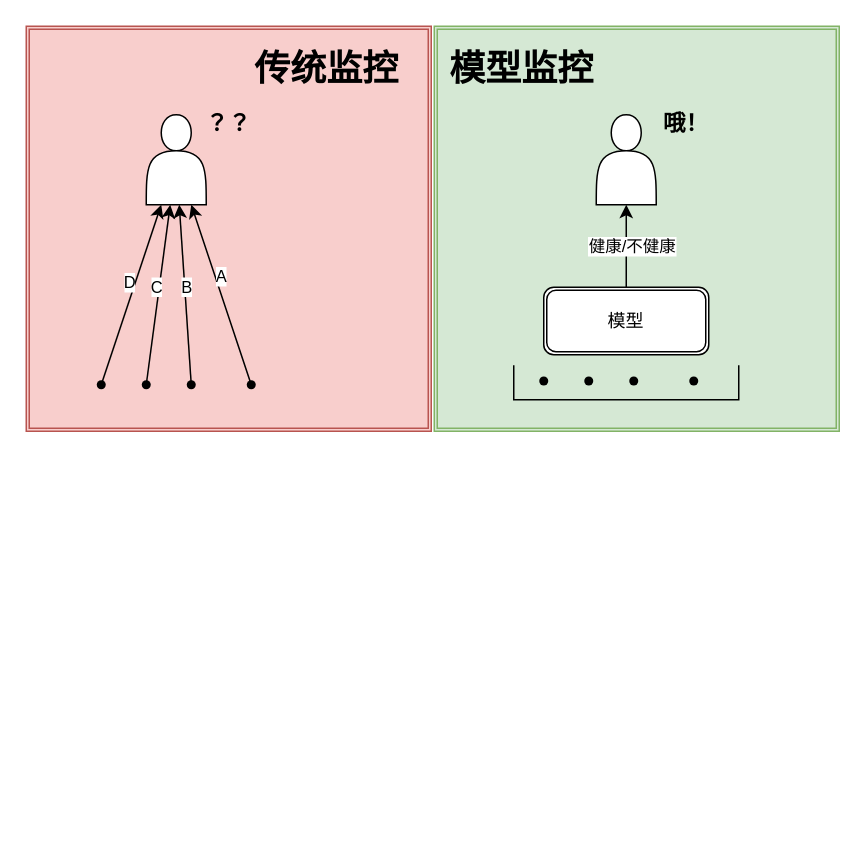
Earlier version of the draw.io diagram page "第 5 页" (6 of 6) of 运维监控平台.drawio (java-zengguang/images). Source tidied: cells renumbered, new cells numbered last; positions are measured from the earlier drawing's top-left corner, leaving out a move shared by most shapes. Both pictures are drawn from the tidied source at 150%, with x=0, y=0 at pixel (26, 26).
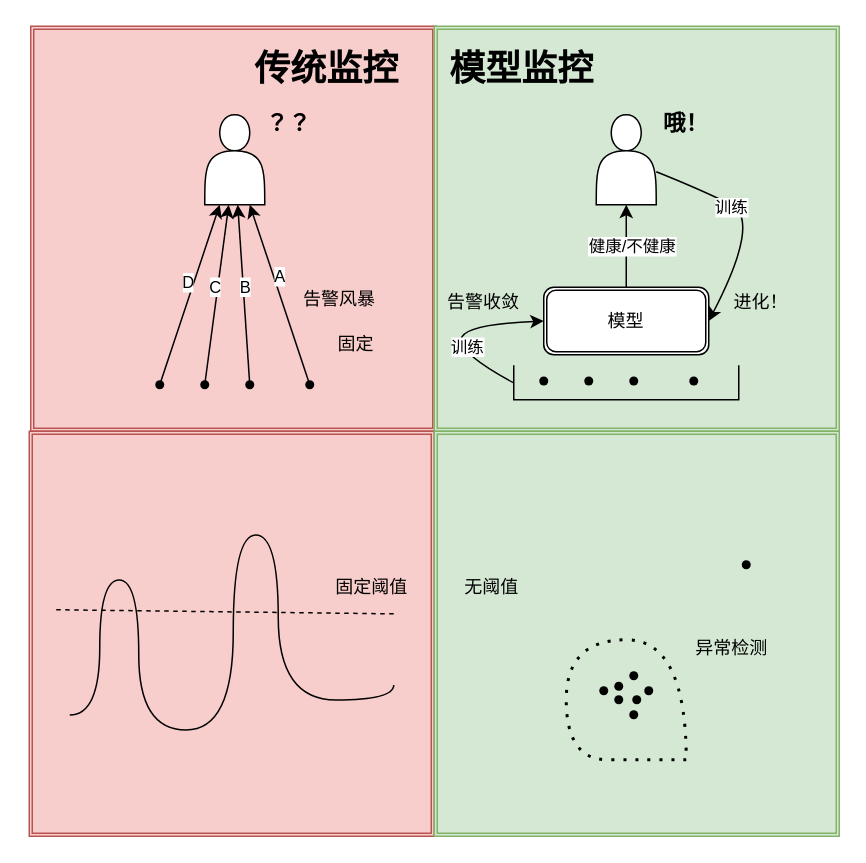
The same page after the edit.

Commit message (it also covers changes not shown here):
更新运维监控平台.drawio

The change refers to these unchanged cells:
```xml
<mxCell id="23" style="shape=partialRectangle;whiteSpace=wrap;html=1;bottom=1;right=1;left=1;top=0;fillColor=none;routingCenterX=-0.5;" parent="1" vertex="1">
  <mxGeometry x="325" y="226.5" width="150" height="22.5" as="geometry" />
</mxCell>
<mxCell id="26" value="模型" style="shape=ext;double=1;rounded=1;whiteSpace=wrap;html=1;" parent="1" vertex="1">
  <mxGeometry x="345" y="174" width="110" height="45" as="geometry" />
</mxCell>
<mxCell id="27" style="shape=actor;whiteSpace=wrap;html=1;" parent="1" vertex="1">
  <mxGeometry x="380" y="59" width="40" height="60" as="geometry" />
</mxCell>
```

The edit, as a diff of the source:
```diff
@@
     <mxCell id="2" style="shape=ext;double=1;whiteSpace=wrap;html=1;fillColor=#f8cecc;strokeColor=#b85450;" parent="1" vertex="1">
-      <mxGeometry width="270" height="270" as="geometry" />
+      <mxGeometry x="3" width="270" height="270" as="geometry" />
     </mxCell>
@@
     <mxCell id="8" style="shape=waypoint;sketch=0;fillStyle=solid;size=6;points=[];fillColor=none;perimeter=centerPerimeter;snapToPoint=1;" parent="1" vertex="1">
-      <mxGeometry x="40" y="229" width="20" height="20" as="geometry" />
+      <mxGeometry x="79" y="229" width="20" height="20" as="geometry" />
     </mxCell>
@@
     <mxCell id="11" style="shape=waypoint;sketch=0;fillStyle=solid;size=6;points=[];fillColor=none;perimeter=centerPerimeter;snapToPoint=1;" parent="1" vertex="1">
-      <mxGeometry x="70" y="229" width="20" height="20" as="geometry" />
+      <mxGeometry x="109" y="229" width="20" height="20" as="geometry" />
     </mxCell>
@@
     <mxCell id="14" style="shape=waypoint;sketch=0;fillStyle=solid;size=6;points=[];fillColor=none;perimeter=centerPerimeter;snapToPoint=1;" parent="1" vertex="1">
-      <mxGeometry x="100" y="229" width="20" height="20" as="geometry" />
+      <mxGeometry x="139" y="229" width="20" height="20" as="geometry" />
     </mxCell>
@@
     <mxCell id="17" style="shape=waypoint;sketch=0;fillStyle=solid;size=6;points=[];fillColor=none;perimeter=centerPerimeter;snapToPoint=1;" parent="1" vertex="1">
-      <mxGeometry x="140" y="229" width="20" height="20" as="geometry" />
+      <mxGeometry x="179" y="229" width="20" height="20" as="geometry" />
     </mxCell>
     <mxCell id="18" style="shape=actor;whiteSpace=wrap;html=1;" parent="1" vertex="1">
-      <mxGeometry x="80" y="59" width="40" height="60" as="geometry" />
+      <mxGeometry x="119" y="59" width="40" height="60" as="geometry" />
     </mxCell>
@@
     <mxCell id="28" value="&lt;b&gt;&lt;font style=&quot;font-size: 15px;&quot;&gt;？？&lt;/font&gt;&lt;/b&gt;" style="text;html=1;align=center;verticalAlign=middle;whiteSpace=wrap;rounded=0;" parent="1" vertex="1">
-      <mxGeometry x="105" y="49" width="60" height="30" as="geometry" />
+      <mxGeometry x="145" y="49" width="60" height="30" as="geometry" />
     </mxCell>
@@
+    <mxCell id="30" style="shape=ext;double=1;whiteSpace=wrap;html=1;fillColor=#f8cecc;strokeColor=#b85450;" parent="1" vertex="1">
+      <mxGeometry x="2" y="270" width="270" height="270" as="geometry" />
+    </mxCell>
+    <mxCell id="31" style="shape=ext;double=1;whiteSpace=wrap;html=1;fillColor=#d5e8d4;strokeColor=#82b366;" parent="1" vertex="1">
+      <mxGeometry x="272" y="270" width="270" height="270" as="geometry" />
+    </mxCell>
+    <mxCell id="32" style="endArrow=none;dashed=1;html=1;rounded=0;entryX=0.75;entryY=1.092;entryDx=0;entryDy=0;entryPerimeter=0;" parent="1" edge="1" target="33">
+      <mxGeometry relative="1" as="geometry">
+        <mxPoint x="20" y="389" as="sourcePoint" />
+      </mxGeometry>
+    </mxCell>
+    <mxCell id="33" value="固定阈值" style="text;html=1;align=center;verticalAlign=middle;points=[];strokeColor=none;fillColor=none;" parent="1" vertex="1">
+      <mxGeometry x="195" y="359" width="70" height="30" as="geometry" />
+    </mxCell>
+    <mxCell id="34" value="无阈值" style="text;html=1;align=center;verticalAlign=middle;strokeColor=none;fillColor=none;" parent="1" vertex="1">
+      <mxGeometry x="280" y="359" width="60" height="30" as="geometry" />
+    </mxCell>
+    <mxCell id="35" style="shape=waypoint;sketch=0;fillStyle=solid;size=6;fillColor=none;perimeter=centerPerimeter;" parent="1" vertex="1">
+      <mxGeometry x="395" y="423" width="20" height="20" as="geometry" />
+    </mxCell>
+    <mxCell id="36" style="shape=waypoint;sketch=0;fillStyle=solid;size=6;fillColor=none;perimeter=centerPerimeter;" parent="1" vertex="1">
+      <mxGeometry x="470" y="349" width="20" height="20" as="geometry" />
+    </mxCell>
+    <mxCell id="37" style="shape=waypoint;sketch=0;fillStyle=solid;size=6;fillColor=none;perimeter=centerPerimeter;" parent="1" vertex="1">
+      <mxGeometry x="385" y="430" width="20" height="20" as="geometry" />
+    </mxCell>
+    <mxCell id="38" style="shape=waypoint;sketch=0;fillStyle=solid;size=6;fillColor=none;perimeter=centerPerimeter;" parent="1" vertex="1">
+      <mxGeometry x="375" y="433" width="20" height="20" as="geometry" />
+    </mxCell>
+    <mxCell id="39" style="shape=waypoint;sketch=0;fillStyle=solid;size=6;fillColor=none;perimeter=centerPerimeter;" parent="1" vertex="1">
+      <mxGeometry x="397" y="439" width="20" height="20" as="geometry" />
+    </mxCell>
+    <mxCell id="40" style="shape=waypoint;sketch=0;fillStyle=solid;size=6;fillColor=none;perimeter=centerPerimeter;" parent="1" vertex="1">
+      <mxGeometry x="385" y="439" width="20" height="20" as="geometry" />
+    </mxCell>
+    <mxCell id="41" style="shape=waypoint;sketch=0;fillStyle=solid;size=6;fillColor=none;perimeter=centerPerimeter;" parent="1" vertex="1">
+      <mxGeometry x="395" y="449" width="20" height="20" as="geometry" />
+    </mxCell>
+    <mxCell id="42" style="shape=waypoint;sketch=0;fillStyle=solid;size=6;fillColor=none;perimeter=centerPerimeter;" parent="1" vertex="1">
+      <mxGeometry x="405" y="433" width="20" height="20" as="geometry" />
+    </mxCell>
+    <mxCell id="43" style="endArrow=none;html=1;rounded=0;edgeStyle=orthogonalEdgeStyle;curved=1;" parent="1" edge="1">
+      <mxGeometry relative="1" as="geometry">
+        <mxPoint x="29" y="459.2" as="sourcePoint" />
+        <mxPoint x="245" y="439.1" as="targetPoint" />
+        <Array as="points">
+          <mxPoint x="49" y="459.1" />
+          <mxPoint x="49" y="369.1" />
+          <mxPoint x="75" y="369.1" />
+          <mxPoint x="75" y="469.1" />
+          <mxPoint x="138" y="469.1" />
+          <mxPoint x="138" y="339.1" />
+          <mxPoint x="168" y="339.1" />
+          <mxPoint x="168" y="449.1" />
+          <mxPoint x="245" y="449.1" />
+        </Array>
+      </mxGeometry>
+    </mxCell>
+    <mxCell id="44" style="endArrow=none;dashed=1;html=1;dashPattern=1 3;strokeWidth=2;rounded=0;edgeStyle=orthogonalEdgeStyle;curved=1;" parent="1" edge="1">
+      <mxGeometry relative="1" as="geometry">
+        <mxPoint x="440" y="489" as="sourcePoint" />
+        <mxPoint x="440" y="489" as="targetPoint" />
+        <Array as="points">
+          <mxPoint x="415" y="489" />
+          <mxPoint x="360" y="489" />
+          <mxPoint x="360" y="409" />
+          <mxPoint x="440" y="409" />
+        </Array>
+      </mxGeometry>
+    </mxCell>
+    <mxCell id="45" value="异常检测" style="text;html=1;align=center;verticalAlign=middle;strokeColor=none;fillColor=none;" parent="1" vertex="1">
+      <mxGeometry x="435" y="400" width="70" height="30" as="geometry" />
+    </mxCell>
+    <mxCell id="46" style="curved=1;endArrow=classic;html=1;rounded=0;entryX=1;entryY=0.5;entryDx=0;entryDy=0;" parent="1" edge="1" source="27" target="26">
+      <mxGeometry relative="1" as="geometry">
+        <Array as="points">
+          <mxPoint x="450" y="109" />
+          <mxPoint x="490" y="129" />
+        </Array>
+      </mxGeometry>
+    </mxCell>
+    <mxCell id="47" value="训练" style="edgeLabel;html=1;align=center;verticalAlign=middle;" parent="46" vertex="1">
+      <mxGeometry x="-0.28" y="-2" relative="1" as="geometry" />
+    </mxCell>
+    <mxCell id="48" style="curved=1;endArrow=classic;html=1;rounded=0;exitX=0;exitY=0.5;exitDx=0;exitDy=0;entryX=0;entryY=0.5;entryDx=0;entryDy=0;" parent="1" edge="1" source="23" target="26">
+      <mxGeometry relative="1" as="geometry">
+        <Array as="points">
+          <mxPoint x="290" y="219" />
+          <mxPoint x="290" y="199" />
+        </Array>
+      </mxGeometry>
+    </mxCell>
+    <mxCell id="49" value="训练" style="edgeLabel;html=1;align=center;verticalAlign=middle;" parent="48" vertex="1">
+      <mxGeometry x="-0.22" y="-3" relative="1" as="geometry" />
+    </mxCell>
+    <mxCell id="50" value="进化！" style="text;html=1;align=center;verticalAlign=middle;whiteSpace=wrap;rounded=0;" parent="1" vertex="1">
+      <mxGeometry x="460" y="169" width="60" height="30" as="geometry" />
+    </mxCell>
+    <mxCell id="51" value="固定" style="text;html=1;align=center;verticalAlign=middle;whiteSpace=wrap;rounded=0;" parent="1" vertex="1">
+      <mxGeometry x="190" y="196.5" width="60" height="30" as="geometry" />
+    </mxCell>
+    <mxCell id="52" value="告警风暴" style="text;html=1;align=center;verticalAlign=middle;whiteSpace=wrap;rounded=0;" parent="1" vertex="1">
+      <mxGeometry x="179" y="166.5" width="60" height="30" as="geometry" />
+    </mxCell>
+    <mxCell id="53" value="告警收敛" style="text;html=1;align=center;verticalAlign=middle;whiteSpace=wrap;rounded=0;" parent="1" vertex="1">
+      <mxGeometry x="275" y="169" width="60" height="30" as="geometry" />
+    </mxCell>
```
